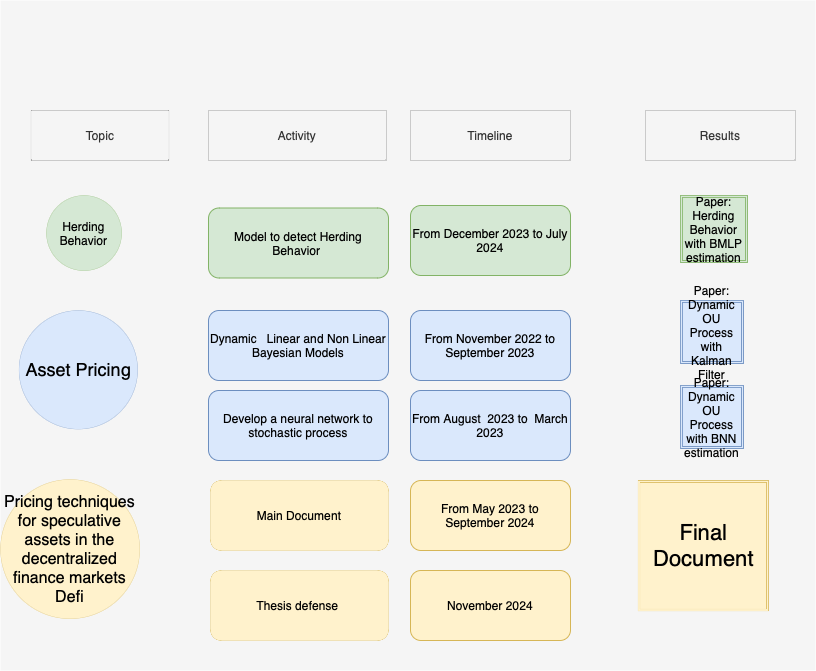
Above: schedule2.png in Andres1984/Andres.github.io (draw.io), before the change. Source tidied: cells renumbered, new cells last; positions are measured from the earlier drawing's top-left corner, leaving out a move shared by most shapes.
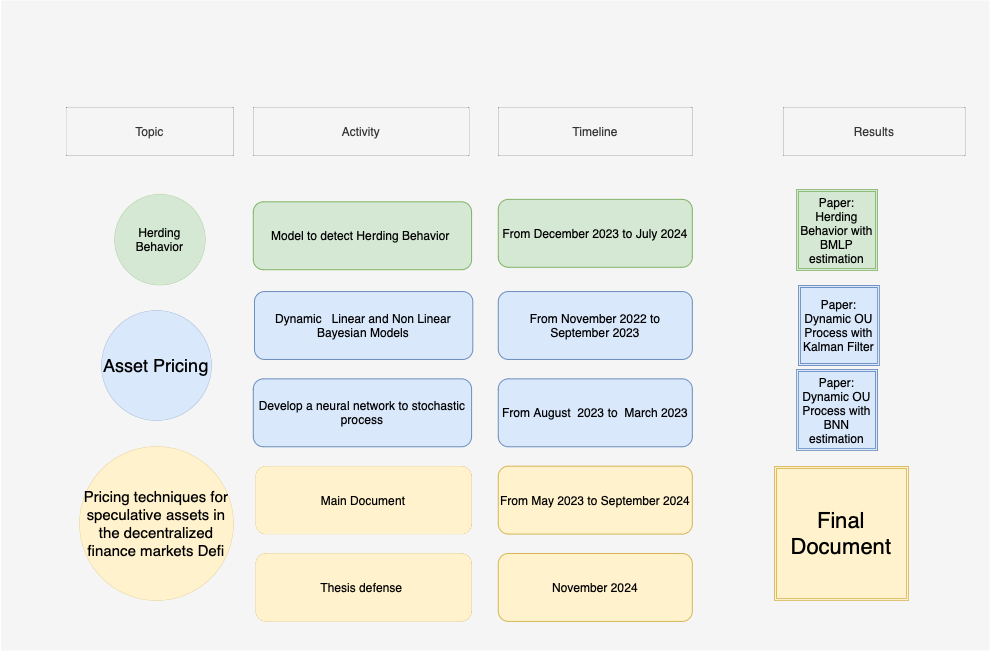
After the change.

Change to the diagram source:
```diff
@@ -3,73 +3,73 @@
     <mxCell id="0" />
     <mxCell id="1" parent="0" />
     <mxCell id="2" style="group;" parent="1" vertex="1">
-      <mxGeometry x="40" width="775" height="670" as="geometry" />
+      <mxGeometry x="40" width="940" height="650" as="geometry" />
     </mxCell>
     <mxCell id="3" style="rounded=0;whiteSpace=wrap;html=1;strokeColor=none;fillColor=#f5f5f5;fontColor=#333333;" parent="2" vertex="1">
-      <mxGeometry x="-40" width="815" height="670" as="geometry" />
+      <mxGeometry x="-48.5" width="988.5" height="650" as="geometry" />
     </mxCell>
     <mxCell id="4" value="Develop a neural network to stochastic process" style="rounded=1;whiteSpace=wrap;html=1;fillColor=#dae8fc;strokeColor=#6c8ebf;" parent="2" vertex="1">
-      <mxGeometry x="168" y="390" width="180" height="70" as="geometry" />
+      <mxGeometry x="203.8" y="378.4" width="218.3" height="67.9" as="geometry" />
     </mxCell>
     <mxCell id="5" value="Activity" style="text;html=1;strokeColor=#666666;fillColor=#f5f5f5;align=center;verticalAlign=middle;whiteSpace=wrap;rounded=0;dashed=1;dashPattern=1 4;strokeWidth=0;fontColor=#333333;" parent="2" vertex="1">
-      <mxGeometry x="168" y="110" width="178" height="50" as="geometry" />
+      <mxGeometry x="203.8" y="106.7" width="215.9" height="48.5" as="geometry" />
     </mxCell>
     <mxCell id="6" value="Timeline" style="rounded=0;whiteSpace=wrap;html=1;dashed=1;dashPattern=1 4;strokeColor=#666666;strokeWidth=0;fillColor=#f5f5f5;fontColor=#333333;" parent="2" vertex="1">
-      <mxGeometry x="370" y="110" width="160" height="50" as="geometry" />
+      <mxGeometry x="448.8" y="106.7" width="194.1" height="48.5" as="geometry" />
     </mxCell>
     <mxCell id="7" value="From November 2022 to September 2023" style="rounded=1;whiteSpace=wrap;html=1;fillColor=#dae8fc;strokeColor=#6c8ebf;" parent="2" vertex="1">
-      <mxGeometry x="370" y="310" width="160" height="70" as="geometry" />
+      <mxGeometry x="448.8" y="291" width="194.1" height="67.9" as="geometry" />
     </mxCell>
     <mxCell id="8" value="Model to detect Herding Behavior&amp;nbsp;" style="rounded=1;whiteSpace=wrap;html=1;fillColor=#d5e8d4;strokeColor=#82b366;" parent="2" vertex="1">
-      <mxGeometry x="168" y="207.5" width="180" height="70" as="geometry" />
+      <mxGeometry x="203.8" y="201.3" width="218.3" height="67.9" as="geometry" />
     </mxCell>
     <mxCell id="9" value="From December 2023 to July 2024" style="rounded=1;whiteSpace=wrap;html=1;fillColor=#d5e8d4;strokeColor=#82b366;" parent="2" vertex="1">
-      <mxGeometry x="370" y="205" width="160" height="70" as="geometry" />
+      <mxGeometry x="448.8" y="198.9" width="194.1" height="67.9" as="geometry" />
     </mxCell>
     <mxCell id="10" value="Herding Behavior" style="ellipse;whiteSpace=wrap;html=1;dashed=1;dashPattern=1 4;strokeColor=#82b366;strokeWidth=0;fillColor=#d5e8d4;" parent="2" vertex="1">
-      <mxGeometry x="6" y="195" width="75.1" height="75.1" as="geometry" />
+      <mxGeometry x="65" y="193.8" width="90.8" height="90.8" as="geometry" />
     </mxCell>
     <mxCell id="11" value="&lt;font style=&quot;font-size: 18px;&quot;&gt;Asset Pricing&lt;/font&gt;" style="ellipse;whiteSpace=wrap;html=1;dashed=1;dashPattern=1 4;strokeColor=#6c8ebf;strokeWidth=0;fillColor=#dae8fc;" parent="2" vertex="1">
-      <mxGeometry x="-21.5" y="310" width="118.7" height="118.7" as="geometry" />
+      <mxGeometry x="52" y="310" width="110" height="110" as="geometry" />
     </mxCell>
     <mxCell id="12" value="Paper: Herding Behavior with BMLP estimation" style="shape=ext;double=1;whiteSpace=wrap;html=1;dashed=1;dashPattern=1 4;strokeColor=#82b366;strokeWidth=0;fillColor=#d5e8d4;" parent="2" vertex="1">
-      <mxGeometry x="640" y="195" width="67.2" height="67.2" as="geometry" />
+      <mxGeometry x="747" y="189.2" width="80.8" height="80.8" as="geometry" />
     </mxCell>
     <mxCell id="13" value="Results" style="text;html=1;strokeColor=#666666;fillColor=#f5f5f5;align=center;verticalAlign=middle;whiteSpace=wrap;rounded=0;dashed=1;dashPattern=1 4;strokeWidth=0;fontColor=#333333;" parent="2" vertex="1">
-      <mxGeometry x="605" y="110" width="150" height="50" as="geometry" />
+      <mxGeometry x="733.8" y="106.7" width="181.9" height="48.5" as="geometry" />
     </mxCell>
     <mxCell id="14" value="Paper: Dynamic OU Process with BNN estimation" style="shape=ext;double=1;whiteSpace=wrap;html=1;dashed=1;dashPattern=1 4;strokeColor=#6c8ebf;strokeWidth=0;fillColor=#dae8fc;" parent="2" vertex="1">
-      <mxGeometry x="640" y="385" width="63.3" height="63.3" as="geometry" />
+      <mxGeometry x="747" y="369.4" width="80.7" height="80.7" as="geometry" />
     </mxCell>
     <mxCell id="15" value="Topic" style="text;html=1;strokeColor=#666666;fillColor=#f5f5f5;align=center;verticalAlign=middle;whiteSpace=wrap;rounded=0;dashed=1;dashPattern=1 4;strokeWidth=0;fontColor=#333333;" parent="2" vertex="1">
-      <mxGeometry x="-9.5" y="110" width="138" height="50" as="geometry" />
+      <mxGeometry x="16.6" y="106.7" width="167.4" height="48.5" as="geometry" />
     </mxCell>
     <mxCell id="16" value="Main Document" style="rounded=1;whiteSpace=wrap;html=1;dashed=1;dashPattern=1 4;strokeColor=#d6b656;strokeWidth=0;fillColor=#fff2cc;" parent="2" vertex="1">
-      <mxGeometry x="170" y="480" width="178" height="70" as="geometry" />
+      <mxGeometry x="206.2" y="465.7" width="215.9" height="67.9" as="geometry" />
     </mxCell>
     <mxCell id="17" value="From May 2023 to September 2024" style="rounded=1;whiteSpace=wrap;html=1;fillColor=#fff2cc;strokeColor=#d6b656;" parent="2" vertex="1">
-      <mxGeometry x="370" y="480" width="160" height="70" as="geometry" />
+      <mxGeometry x="448.8" y="465.7" width="194.1" height="67.9" as="geometry" />
     </mxCell>
     <mxCell id="18" value="&lt;font style=&quot;font-size: 22px;&quot;&gt;Final Document&lt;/font&gt;" style="shape=ext;double=1;whiteSpace=wrap;html=1;dashed=1;dashPattern=1 4;strokeColor=#d6b656;strokeWidth=0;fillColor=#fff2cc;" parent="2" vertex="1">
-      <mxGeometry x="597.5" y="480" width="130.5" height="130.5" as="geometry" />
+      <mxGeometry x="724.7" y="465.7" width="134.3" height="134.3" as="geometry" />
     </mxCell>
     <mxCell id="19" value="Paper: Dynamic OU Process with Kalman Filter" style="shape=ext;double=1;whiteSpace=wrap;html=1;dashed=1;dashPattern=1 4;strokeColor=#6c8ebf;strokeWidth=0;fillColor=#dae8fc;" parent="2" vertex="1">
-      <mxGeometry x="640" y="300" width="63.3" height="63.3" as="geometry" />
+      <mxGeometry x="749.3" y="284.6" width="80.8" height="80.8" as="geometry" />
     </mxCell>
     <mxCell id="20" value="From August &amp;nbsp;2023 to &amp;nbsp;March 2023" style="rounded=1;whiteSpace=wrap;html=1;fillColor=#dae8fc;strokeColor=#6c8ebf;" parent="2" vertex="1">
-      <mxGeometry x="370" y="390" width="160" height="70" as="geometry" />
+      <mxGeometry x="448.8" y="378.4" width="194.1" height="67.9" as="geometry" />
     </mxCell>
     <mxCell id="21" value="Dynamic &amp;nbsp; Linear and Non Linear Bayesian Models" style="rounded=1;whiteSpace=wrap;html=1;fillColor=#dae8fc;strokeColor=#6c8ebf;" parent="2" vertex="1">
-      <mxGeometry x="168" y="310" width="180" height="70" as="geometry" />
+      <mxGeometry x="205" y="291" width="218.3" height="67.9" as="geometry" />
     </mxCell>
-    <mxCell id="22" value="&lt;font style=&quot;font-size: 16px;&quot;&gt;Pricing techniques for speculative assets in the decentralized finance markets Defi&lt;/font&gt;" style="ellipse;whiteSpace=wrap;html=1;dashed=1;dashPattern=1 4;strokeColor=#d6b656;strokeWidth=0;fillColor=#fff2cc;" parent="2" vertex="1">
-      <mxGeometry x="-40" y="479" width="139.2" height="139.2" as="geometry" />
+    <mxCell id="22" value="&lt;font style=&quot;font-size: 15px;&quot;&gt;Pricing techniques for speculative assets in the decentralized finance markets Defi&lt;/font&gt;" style="ellipse;whiteSpace=wrap;html=1;dashed=1;dashPattern=1 4;strokeColor=#d6b656;strokeWidth=0;fillColor=#fff2cc;" parent="2" vertex="1">
+      <mxGeometry x="30" y="446" width="154" height="154" as="geometry" />
     </mxCell>
     <mxCell id="23" value="Thesis defense&amp;nbsp;" style="rounded=1;whiteSpace=wrap;html=1;dashed=1;dashPattern=1 4;strokeColor=#d6b656;strokeWidth=0;fillColor=#fff2cc;" parent="2" vertex="1">
-      <mxGeometry x="170" y="570" width="178" height="70" as="geometry" />
+      <mxGeometry x="206.2" y="553" width="215.9" height="67.9" as="geometry" />
     </mxCell>
     <mxCell id="24" value="November 2024" style="rounded=1;whiteSpace=wrap;html=1;fillColor=#fff2cc;strokeColor=#d6b656;" parent="2" vertex="1">
-      <mxGeometry x="370" y="570" width="160" height="70" as="geometry" />
+      <mxGeometry x="448.8" y="553" width="194.1" height="67.9" as="geometry" />
     </mxCell>
   </root>
 </mxGraphModel>
```
